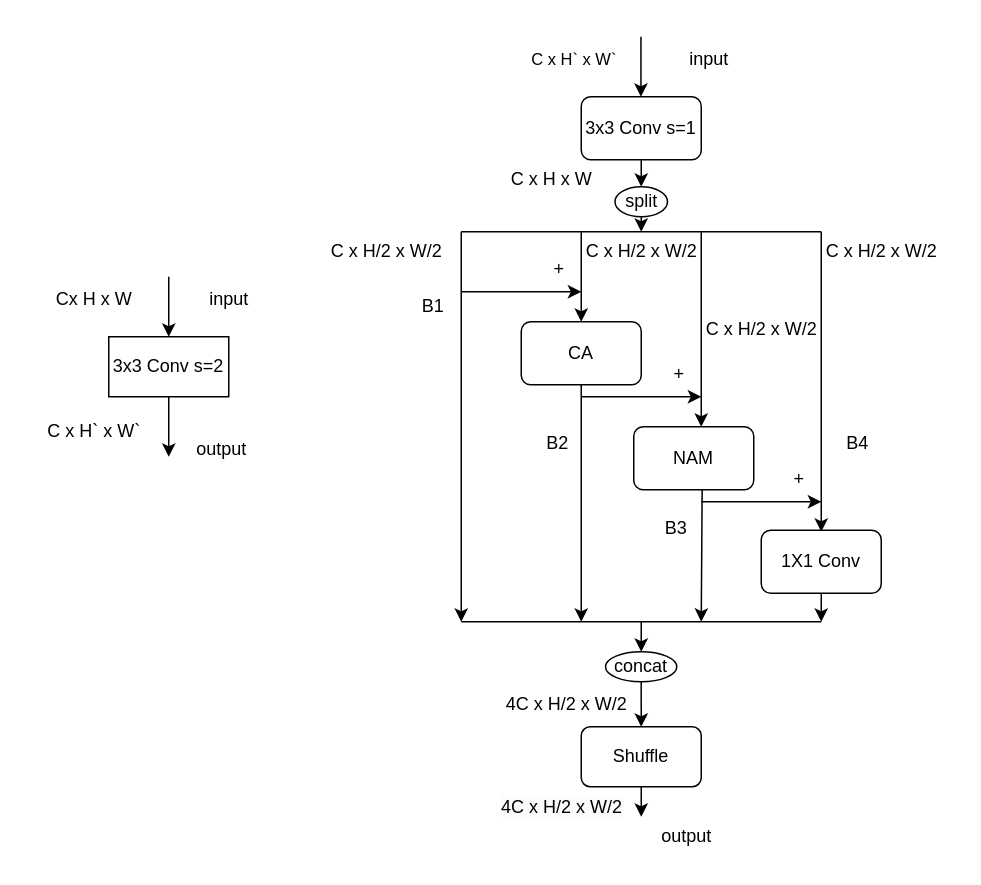
Before: Untitled Diagram.drawio in recluse99/tcp_ip, a draw.io diagram. Source tidied: cells renumbered, new cells numbered last; positions are measured from the earlier drawing's top-left corner, leaving out a move shared by most shapes. Both pictures are drawn from the tidied source at 150%, with x=0, y=0 at pixel (26, 36).
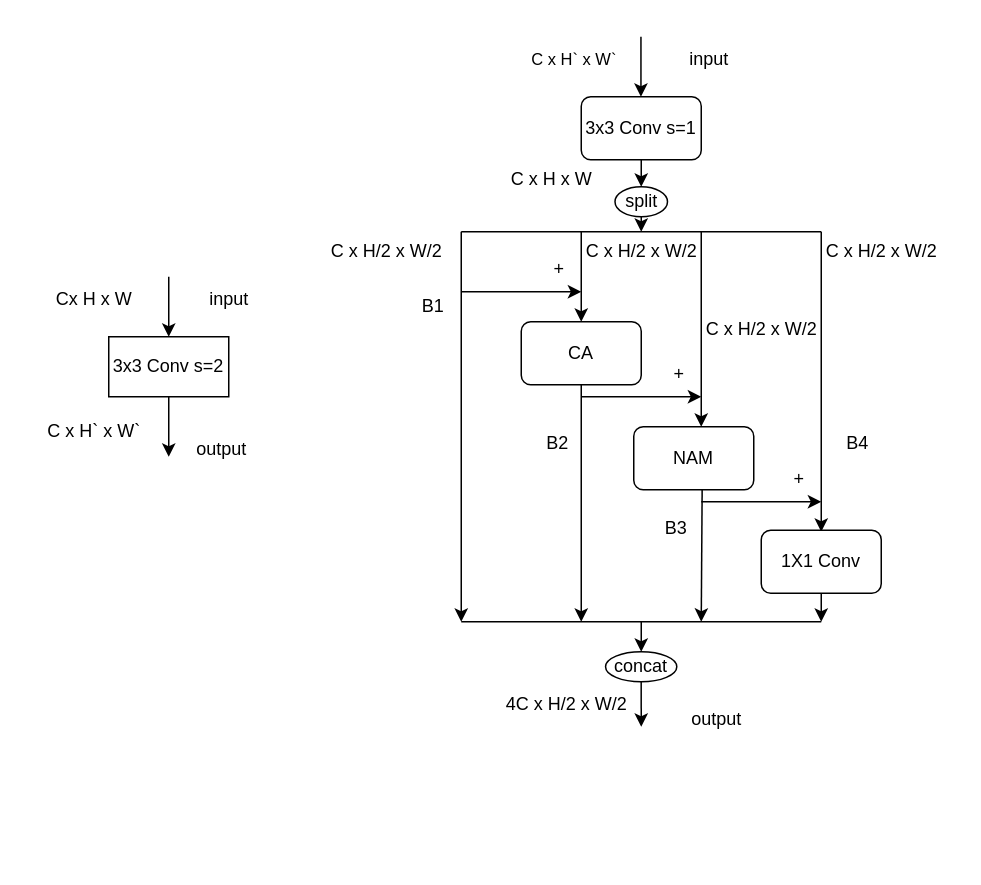
The same diagram, later.

Diff of the diagram source:
```diff
@@
-    <mxCell id="38" value="Shuffle" style="rounded=1;whiteSpace=wrap;html=1;" parent="1" vertex="1">
-      <mxGeometry x="370" y="460" width="80" height="40" as="geometry" />
-    </mxCell>
-    <mxCell id="39" style="endArrow=classic;html=1;rounded=0;exitX=0.5;exitY=1;exitDx=0;exitDy=0;" parent="1" edge="1" source="38">
-      <mxGeometry relative="1" as="geometry">
-        <mxPoint x="410" y="520" as="targetPoint" />
-      </mxGeometry>
-    </mxCell>
-    <mxCell id="40" value="&lt;span style=&quot;color: rgb(0, 0, 0); font-family: Helvetica; font-size: 12px; font-style: normal; font-variant-ligatures: normal; font-variant-caps: normal; font-weight: 400; letter-spacing: normal; orphans: 2; text-align: center; text-indent: 0px; text-transform: none; widows: 2; word-spacing: 0px; -webkit-text-stroke-width: 0px; background-color: rgb(251, 251, 251); text-decoration-thickness: initial; text-decoration-style: initial; text-decoration-color: initial; float: none; display: inline !important;&quot;&gt;4C x H/2 x W/2&lt;/span&gt;" style="text;whiteSpace=wrap;html=1;" parent="1" vertex="1">
-      <mxGeometry x="315" y="500" width="90" height="40" as="geometry" />
-    </mxCell>
     <mxCell id="41" value="output&lt;br&gt;" style="text;html=1;align=center;verticalAlign=middle;strokeColor=none;fillColor=none;" parent="1" vertex="1">
-      <mxGeometry x="410" y="518" width="60" height="30" as="geometry" />
+      <mxGeometry x="430" y="440" width="60" height="30" as="geometry" />
     </mxCell>
```
